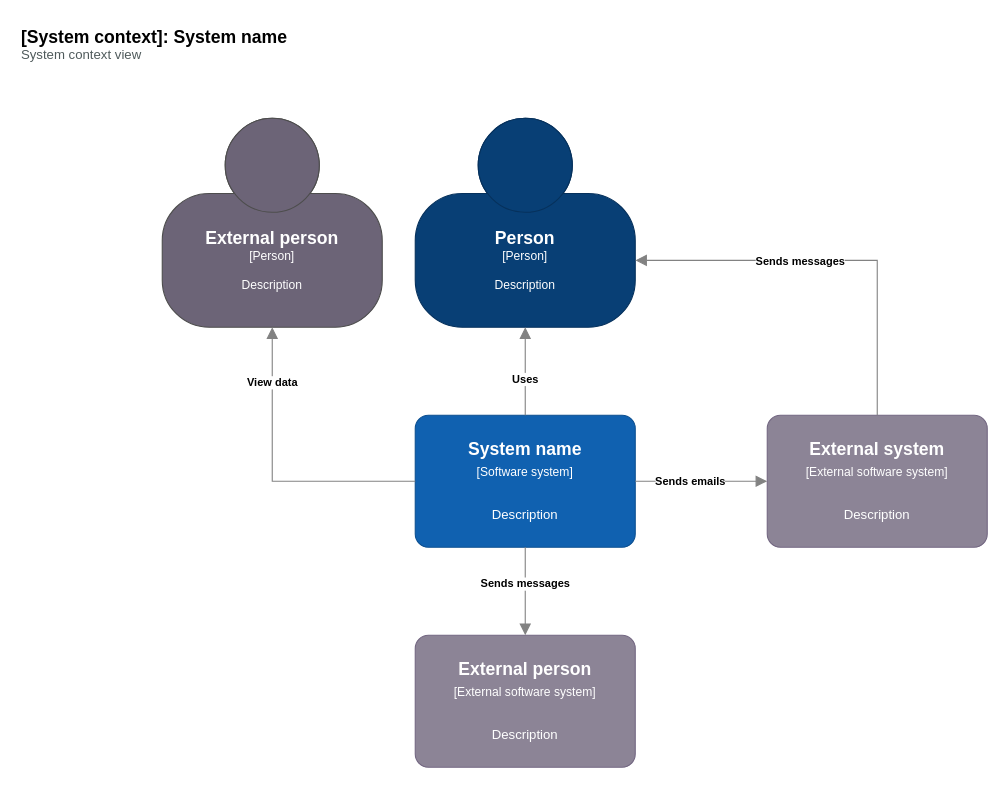
This is page "context" (1 of 6) of c4.drawio from vadagama/c4-model-drawio-template, a draw.io file, before an edit. Source tidied: cells renumbered, new cells numbered last; positions are measured from the earlier drawing's top-left corner, leaving out a move shared by most shapes. Both pictures are drawn from the tidied source at 110%, with x=0, y=0 at pixel (19, 19).
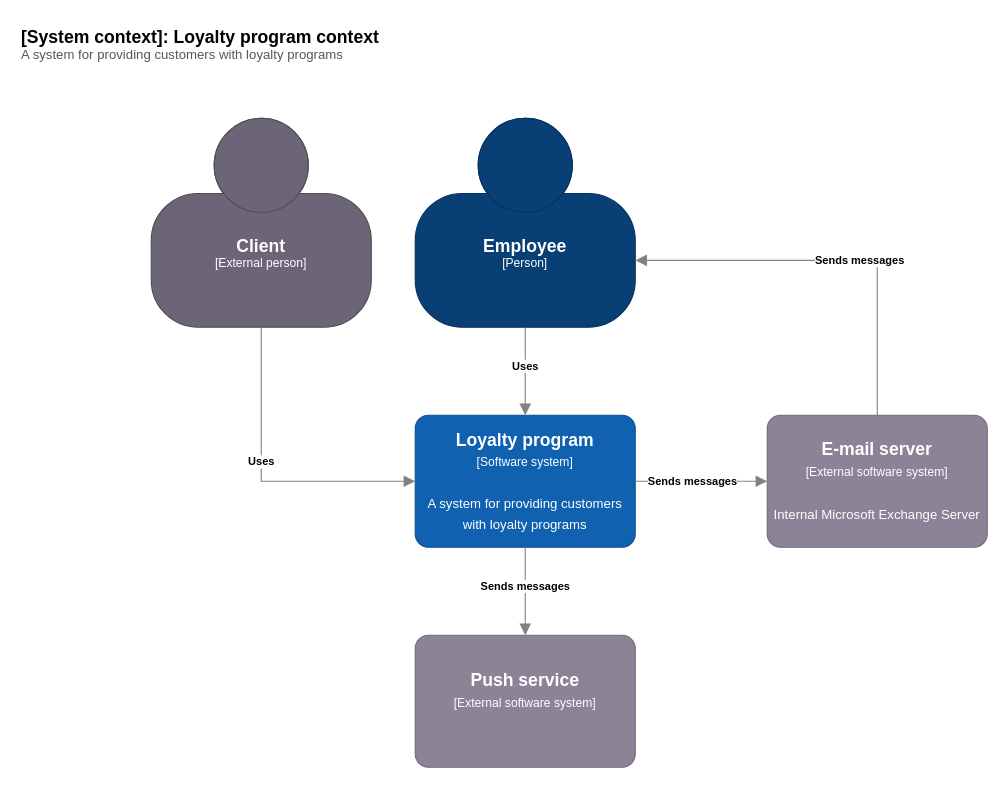
The same page after the edit.

Commit message (it also covers changes not shown here):
some interesting changes - data driven diagrams and new example

Diff of the diagram source:
```diff
@@
-    <object id="2" label="&lt;font style=&quot;font-size: 16px&quot;&gt;&lt;b&gt;%Name%&lt;/b&gt;&lt;/font&gt;&lt;div&gt;[Person]&lt;/div&gt;&lt;br&gt;&lt;div&gt;&lt;font style=&quot;font-size: 11px&quot;&gt;%Description%&lt;/font&gt;&lt;/div&gt;" Description="Description" Name="Person" placeholders="1">
-      <mxCell style="html=1;fontSize=11;dashed=0;whiteSpace=wrap;fillColor=#083F75;strokeColor=#06315C;fontColor=#ffffff;shape=mxgraph.c4.person2;align=center;points=[[0,0.55,0,0,0],[0,0.68,0,0,0],[0,0.81,0,0,0],[0.25,1,0,0,0],[0.5,0,0,0,0],[0.5,1,0,0,0],[0.75,1,0,0,0],[1,0.53,0,0,0],[1,0.68,0,0,0],[1,0.81,0,0,0]];fillStyle=auto;strokeWidth=1;" parent="1" vertex="1">
-        <mxGeometry x="360" y="90" width="200" height="190" as="geometry" />
-      </mxCell>
-    </object>
-    <object id="3" label="&lt;font size=&quot;1&quot; style=&quot;&quot;&gt;&lt;b style=&quot;font-size: 16px;&quot;&gt;%Name%&lt;/b&gt;&lt;/font&gt;&lt;div&gt;&lt;font style=&quot;font-size: 11px;&quot;&gt;[Software system]&lt;/font&gt;&lt;/div&gt;&lt;br&gt;&lt;div&gt;&lt;font style=&quot;font-size: 12px;&quot;&gt;%Description%&lt;/font&gt;&lt;/div&gt;" Description="Description" Name="System name" placeholders="1">
+    <object id="3" label="&lt;font size=&quot;1&quot; style=&quot;&quot;&gt;&lt;b style=&quot;font-size: 16px;&quot;&gt;%Name%&lt;/b&gt;&lt;/font&gt;&lt;div&gt;&lt;font style=&quot;font-size: 11px;&quot;&gt;[Software system]&lt;/font&gt;&lt;/div&gt;&lt;br&gt;&lt;div&gt;&lt;font style=&quot;font-size: 12px;&quot;&gt;%Description%&lt;/font&gt;&lt;/div&gt;" Description="A system for providing customers with loyalty programs" Name="Loyalty program" placeholders="1">
       <mxCell style="rounded=1;whiteSpace=wrap;html=1;labelBackgroundColor=none;fillColor=#1061B0;fontColor=#ffffff;align=center;arcSize=10;strokeColor=#0D5091;points=[[0.25,0,0],[0.5,0,0],[0.75,0,0],[1,0.25,0],[1,0.5,0],[1,0.75,0],[0.75,1,0],[0.5,1,0],[0.25,1,0],[0,0.75,0],[0,0.5,0],[0,0.25,0]];fontSize=16;backgroundOutline=0;movableLabel=0;perimeter=rectanglePerimeter;snapToPoint=0;enumerate=0;" parent="1" vertex="1">
         <mxGeometry x="360" y="360" width="200" height="120" as="geometry" />
       </mxCell>
     </object>
-    <object id="4" label="&lt;font style=&quot;font-size: 16px&quot;&gt;&lt;b&gt;&lt;div style=&quot;text-align: left&quot;&gt;[System context]: %Name%&lt;/div&gt;&lt;/b&gt;&lt;/font&gt;&lt;div style=&quot;text-align: left&quot;&gt;&lt;font color=&quot;#4f5a5b&quot;&gt;%Description%&lt;/font&gt;&lt;/div&gt;" Description="System context view" Name="System name" placeholders="1">
+    <object id="4" label="&lt;font style=&quot;font-size: 16px&quot;&gt;&lt;b&gt;&lt;div style=&quot;text-align: left&quot;&gt;[System context]: %Name%&lt;/div&gt;&lt;/b&gt;&lt;/font&gt;&lt;div style=&quot;text-align: left&quot;&gt;&lt;font color=&quot;#4f5a5b&quot;&gt;%Description%&lt;/font&gt;&lt;/div&gt;" Description="A system for providing customers with loyalty programs" Name="Loyalty program context" placeholders="1">
       <mxCell style="text;html=1;strokeColor=none;fillColor=none;align=left;verticalAlign=top;whiteSpace=wrap;rounded=0;" parent="1" vertex="1">
         <mxGeometry width="470" height="40" as="geometry" />
       </mxCell>
     </object>
+    <object id="13" label="&lt;font style=&quot;font-size: 16px&quot;&gt;&lt;b&gt;%Name%&lt;/b&gt;&lt;/font&gt;&lt;div&gt;[%Type%]&lt;/div&gt;&lt;br&gt;&lt;div&gt;&lt;font style=&quot;font-size: 11px&quot;&gt;%Description%&lt;/font&gt;&lt;/div&gt;" Description="" Name="Employee" Type="Person" placeholders="1">
+      <mxCell style="html=1;fontSize=11;dashed=0;whiteSpace=wrap;fillColor=#083F75;strokeColor=#06315C;fontColor=#ffffff;shape=mxgraph.c4.person2;align=center;points=[[0,0.55,0,0,0],[0,0.68,0,0,0],[0,0.81,0,0,0],[0.25,1,0,0,0],[0.5,0,0,0,0],[0.5,1,0,0,0],[0.75,1,0,0,0],[1,0.53,0,0,0],[1,0.68,0,0,0],[1,0.81,0,0,0]];fillStyle=auto;strokeWidth=1;" parent="1" vertex="1">
+        <mxGeometry x="360" y="90" width="200" height="190" as="geometry" />
+      </mxCell>
+    </object>
+    <object id="14" label="&lt;font style=&quot;font-size: 16px&quot;&gt;&lt;b&gt;%Name%&lt;/b&gt;&lt;/font&gt;&lt;div&gt;[&lt;span style=&quot;background-color: initial;&quot;&gt;%Type%&lt;/span&gt;&lt;span style=&quot;background-color: initial;&quot;&gt;]&lt;/span&gt;&lt;/div&gt;&lt;br&gt;&lt;div&gt;&lt;font style=&quot;font-size: 11px&quot;&gt;%Description%&lt;/font&gt;&lt;/div&gt;" Description="" Name="Client" Type="External person" placeholders="1">
+      <mxCell style="html=1;fontSize=11;dashed=0;whiteSpace=wrap;fillColor=#6C6477;strokeColor=#4D4D4D;fontColor=#ffffff;shape=mxgraph.c4.person2;align=center;points=[[0,0.68,0,-2,0],[0.01,0.52,0,0,0],[0.01,0.84,0,0,0],[0.25,1,0,0,0],[0.5,0,0,0,0],[0.5,1,0,0,0],[0.75,1,0,0,0],[0.98,0.52,0,0,0],[0.98,0.84,0,0,0],[1,0.68,0,0,0]];" parent="1" vertex="1">
+        <mxGeometry x="120" y="90" width="200" height="190" as="geometry" />
+      </mxCell>
+    </object>
+    <object id="15" label="&lt;div style=&quot;text-align: left&quot;&gt;&lt;div style=&quot;text-align: center&quot;&gt;&lt;b&gt;&lt;font color=&quot;#000000&quot;&gt;%Description%&lt;/font&gt;&lt;/b&gt;&lt;/div&gt;&lt;/div&gt;" Description="Sends messages" placeholders="1">
+      <mxCell style="endArrow=block;html=1;fontSize=10;fontColor=#404040;strokeWidth=1;endFill=1;strokeColor=#828282;elbow=vertical;endSize=8;startSize=8;jumpStyle=line;jumpSize=16;rounded=0;edgeStyle=orthogonalEdgeStyle;fontStyle=0;comic=0;entryX=1;entryY=0.68;entryDx=0;entryDy=0;entryPerimeter=0;exitX=0.5;exitY=0;exitDx=0;exitDy=0;exitPerimeter=0;" parent="1" edge="1" source="6" target="13">
+        <mxGeometry x="-0.13" relative="1" as="geometry" />
+      </mxCell>
+    </object>
+    <object id="16" label="&lt;div style=&quot;text-align: left&quot;&gt;&lt;div style=&quot;text-align: center&quot;&gt;&lt;b&gt;&lt;font color=&quot;#000000&quot;&gt;%Description%&lt;/font&gt;&lt;/b&gt;&lt;/div&gt;&lt;/div&gt;" Description="Uses" placeholders="1">
+      <mxCell style="endArrow=block;html=1;fontSize=10;fontColor=#404040;strokeWidth=1;endFill=1;strokeColor=#828282;elbow=vertical;endSize=8;startSize=8;jumpStyle=line;jumpSize=16;rounded=0;edgeStyle=orthogonalEdgeStyle;fontStyle=0;comic=0;exitX=0.5;exitY=1;exitDx=0;exitDy=0;exitPerimeter=0;entryX=0.5;entryY=0;entryDx=0;entryDy=0;entryPerimeter=0;" parent="1" edge="1" source="13" target="3">
+        <mxGeometry x="-0.13" relative="1" as="geometry" />
+      </mxCell>
+    </object>
+    <object id="17" label="&lt;div style=&quot;text-align: left&quot;&gt;&lt;div style=&quot;text-align: center&quot;&gt;&lt;b&gt;&lt;font color=&quot;#000000&quot;&gt;%Description%&lt;/font&gt;&lt;/b&gt;&lt;/div&gt;&lt;/div&gt;" Description="Uses" placeholders="1">
+      <mxCell style="endArrow=block;html=1;fontSize=10;fontColor=#404040;strokeWidth=1;endFill=1;strokeColor=#828282;elbow=vertical;endSize=8;startSize=8;jumpStyle=line;jumpSize=16;rounded=0;edgeStyle=orthogonalEdgeStyle;fontStyle=0;comic=0;exitX=0.5;exitY=1;exitDx=0;exitDy=0;exitPerimeter=0;entryX=0;entryY=0.5;entryDx=0;entryDy=0;entryPerimeter=0;" parent="1" edge="1" source="14" target="3">
+        <mxGeometry x="-0.13" relative="1" as="geometry" />
+      </mxCell>
+    </object>
+    <object id="9" label="&lt;div style=&quot;text-align: left&quot;&gt;&lt;div style=&quot;text-align: center&quot;&gt;&lt;b&gt;&lt;font color=&quot;#000000&quot;&gt;%Description%&lt;/font&gt;&lt;/b&gt;&lt;/div&gt;&lt;/div&gt;" Description="Sends messages" placeholders="1">
+      <mxCell style="endArrow=block;html=1;fontSize=10;fontColor=#404040;strokeWidth=1;endFill=1;strokeColor=#828282;elbow=vertical;endSize=8;startSize=8;jumpStyle=line;jumpSize=16;rounded=0;edgeStyle=orthogonalEdgeStyle;fontStyle=0;comic=0;exitX=1;exitY=0.5;exitDx=0;exitDy=0;exitPerimeter=0;" parent="1" edge="1" source="3" target="6">
+        <mxGeometry x="-0.13" relative="1" as="geometry" />
+      </mxCell>
+    </object>
-    <object id="5" label="&lt;font size=&quot;1&quot; style=&quot;&quot;&gt;&lt;b style=&quot;font-size: 16px;&quot;&gt;%Name%&lt;/b&gt;&lt;/font&gt;&lt;div&gt;&lt;font style=&quot;font-size: 11px;&quot;&gt;[External software system]&lt;/font&gt;&lt;/div&gt;&lt;br&gt;&lt;div&gt;&lt;font style=&quot;font-size: 12px;&quot;&gt;%Description%&lt;/font&gt;&lt;/div&gt;" Description="Description" Name="External person" placeholders="1">
+    <object id="5" label="&lt;font size=&quot;1&quot; style=&quot;&quot;&gt;&lt;b style=&quot;font-size: 16px;&quot;&gt;%Name%&lt;/b&gt;&lt;/font&gt;&lt;div&gt;&lt;font style=&quot;font-size: 11px;&quot;&gt;[External software system]&lt;/font&gt;&lt;/div&gt;&lt;br&gt;&lt;div&gt;&lt;font style=&quot;font-size: 12px;&quot;&gt;%Description%&lt;/font&gt;&lt;/div&gt;" Description="" Name="Push service" placeholders="1">
       <mxCell style="rounded=1;whiteSpace=wrap;html=1;labelBackgroundColor=none;fillColor=#8C8496;fontColor=#ffffff;align=center;arcSize=10;strokeColor=#736782;points=[[0.25,0,0],[0.5,0,0],[0.75,0,0],[1,0.25,0],[1,0.5,0],[1,0.75,0],[0.75,1,0],[0.5,1,0],[0.25,1,0],[0,0.75,0],[0,0.5,0],[0,0.25,0]];fontSize=16;backgroundOutline=0;movableLabel=0;perimeter=rectanglePerimeter;snapToPoint=0;enumerate=0;" parent="1" vertex="1">
         <mxGeometry x="360" y="560" width="200" height="120" as="geometry" />
       </mxCell>
     </object>
+    <object id="10" label="&lt;div style=&quot;text-align: left&quot;&gt;&lt;div style=&quot;text-align: center&quot;&gt;&lt;b&gt;&lt;font color=&quot;#000000&quot;&gt;%Description%&lt;/font&gt;&lt;/b&gt;&lt;/div&gt;&lt;/div&gt;" Description="Sends messages" placeholders="1">
+      <mxCell style="endArrow=block;html=1;fontSize=10;fontColor=#404040;strokeWidth=1;endFill=1;strokeColor=#828282;elbow=vertical;endSize=8;startSize=8;jumpStyle=line;jumpSize=16;rounded=0;edgeStyle=orthogonalEdgeStyle;fontStyle=0;comic=0;exitX=0.5;exitY=1;exitDx=0;exitDy=0;exitPerimeter=0;" parent="1" edge="1" source="3" target="5">
+        <mxGeometry x="-0.13" relative="1" as="geometry" />
+      </mxCell>
+    </object>
-    <object id="6" label="&lt;font size=&quot;1&quot; style=&quot;&quot;&gt;&lt;b style=&quot;font-size: 16px;&quot;&gt;%Name%&lt;/b&gt;&lt;/font&gt;&lt;div&gt;&lt;font style=&quot;font-size: 11px;&quot;&gt;[External software system]&lt;/font&gt;&lt;/div&gt;&lt;br&gt;&lt;div&gt;&lt;font style=&quot;font-size: 12px;&quot;&gt;%Description%&lt;/font&gt;&lt;/div&gt;" Description="Description" Name="External system" placeholders="1">
+    <object id="6" label="&lt;font size=&quot;1&quot; style=&quot;&quot;&gt;&lt;b style=&quot;font-size: 16px;&quot;&gt;%Name%&lt;/b&gt;&lt;/font&gt;&lt;div&gt;&lt;font style=&quot;font-size: 11px;&quot;&gt;[External software system]&lt;/font&gt;&lt;/div&gt;&lt;br&gt;&lt;div&gt;&lt;font style=&quot;font-size: 12px;&quot;&gt;%Description%&lt;/font&gt;&lt;/div&gt;" Description="Internal Microsoft Exchange Server" Name="E-mail server" placeholders="1">
       <mxCell style="rounded=1;whiteSpace=wrap;html=1;labelBackgroundColor=none;fillColor=#8C8496;fontColor=#ffffff;align=center;arcSize=10;strokeColor=#736782;points=[[0.25,0,0],[0.5,0,0],[0.75,0,0],[1,0.25,0],[1,0.5,0],[1,0.75,0],[0.75,1,0],[0.5,1,0],[0.25,1,0],[0,0.75,0],[0,0.5,0],[0,0.25,0]];fontSize=16;backgroundOutline=0;movableLabel=0;perimeter=rectanglePerimeter;snapToPoint=0;enumerate=0;" parent="1" vertex="1">
         <mxGeometry x="680" y="360" width="200" height="120" as="geometry" />
       </mxCell>
     </object>
-    <object id="7" label="&lt;font style=&quot;font-size: 16px&quot;&gt;&lt;b&gt;%Name%&lt;/b&gt;&lt;/font&gt;&lt;div&gt;[Person]&lt;/div&gt;&lt;br&gt;&lt;div&gt;&lt;font style=&quot;font-size: 11px&quot;&gt;%Description%&lt;/font&gt;&lt;/div&gt;" Description="Description" Name="External person" placeholders="1">
-      <mxCell style="html=1;fontSize=11;dashed=0;whiteSpace=wrap;fillColor=#6C6477;strokeColor=#4D4D4D;fontColor=#ffffff;shape=mxgraph.c4.person2;align=center;points=[[0,0.55,0,0,0],[0,0.68,0,0,0],[0,0.81,0,0,0],[0.25,1,0,0,0],[0.5,0,0,0,0],[0.5,1,0,0,0],[0.75,1,0,0,0],[1,0.53,0,0,0],[1,0.68,0,0,0],[1,0.81,0,0,0]];fillStyle=auto;strokeWidth=1;" parent="1" vertex="1">
-        <mxGeometry x="130" y="90" width="200" height="190" as="geometry" />
-      </mxCell>
-    </object>
-    <object id="8" label="&lt;div style=&quot;text-align: left&quot;&gt;&lt;div style=&quot;text-align: center&quot;&gt;&lt;b&gt;&lt;font color=&quot;#000000&quot;&gt;%Description%&lt;/font&gt;&lt;/b&gt;&lt;/div&gt;&lt;/div&gt;" Description="Sends messages" placeholders="1">
-      <mxCell style="endArrow=block;html=1;fontSize=10;fontColor=#404040;strokeWidth=1;endFill=1;strokeColor=#828282;elbow=vertical;endSize=8;startSize=8;jumpStyle=arc;jumpSize=16;rounded=0;edgeStyle=orthogonalEdgeStyle;fontStyle=0;comic=0;exitX=0.5;exitY=0;exitDx=0;exitDy=0;exitPerimeter=0;entryX=1;entryY=0.68;entryDx=0;entryDy=0;entryPerimeter=0;" parent="1" edge="1" source="6" target="2">
-        <mxGeometry x="0.17" y="1" relative="1" as="geometry" />
-      </mxCell>
-    </object>
-    <object id="9" label="&lt;div style=&quot;text-align: left&quot;&gt;&lt;div style=&quot;text-align: center&quot;&gt;&lt;b&gt;&lt;font color=&quot;#000000&quot;&gt;%Description%&lt;/font&gt;&lt;/b&gt;&lt;/div&gt;&lt;/div&gt;" Description="Sends emails" placeholders="1">
-      <mxCell style="endArrow=block;html=1;fontSize=10;fontColor=#404040;strokeWidth=1;endFill=1;strokeColor=#828282;elbow=vertical;endSize=8;startSize=8;jumpStyle=arc;jumpSize=16;rounded=0;edgeStyle=orthogonalEdgeStyle;fontStyle=0;comic=0;exitX=1;exitY=0.5;exitDx=0;exitDy=0;exitPerimeter=0;entryX=0;entryY=0.5;entryDx=0;entryDy=0;entryPerimeter=0;" parent="1" edge="1" source="3" target="6">
-        <mxGeometry x="-0.17" relative="1" as="geometry" />
-      </mxCell>
-    </object>
-    <object id="10" label="&lt;div style=&quot;text-align: left&quot;&gt;&lt;div style=&quot;text-align: center&quot;&gt;&lt;b&gt;&lt;font color=&quot;#000000&quot;&gt;%Description%&lt;/font&gt;&lt;/b&gt;&lt;/div&gt;&lt;/div&gt;" Description="Sends messages" placeholders="1">
-      <mxCell style="endArrow=block;html=1;fontSize=10;fontColor=#404040;strokeWidth=1;endFill=1;strokeColor=#828282;elbow=vertical;endSize=8;startSize=8;jumpStyle=arc;jumpSize=16;rounded=0;edgeStyle=orthogonalEdgeStyle;fontStyle=0;comic=0;exitX=0.5;exitY=1;exitDx=0;exitDy=0;exitPerimeter=0;entryX=0.5;entryY=0;entryDx=0;entryDy=0;entryPerimeter=0;" parent="1" edge="1" source="3" target="5">
-        <mxGeometry x="-0.17" relative="1" as="geometry" />
-      </mxCell>
-    </object>
-    <object id="11" label="&lt;div style=&quot;text-align: left&quot;&gt;&lt;div style=&quot;text-align: center&quot;&gt;&lt;b&gt;&lt;font color=&quot;#000000&quot;&gt;%Description%&lt;/font&gt;&lt;/b&gt;&lt;/div&gt;&lt;/div&gt;" Description="Uses" placeholders="1">
-      <mxCell style="endArrow=block;html=1;fontSize=10;fontColor=#404040;strokeWidth=1;endFill=1;strokeColor=#828282;elbow=vertical;endSize=8;startSize=8;jumpStyle=arc;jumpSize=16;rounded=0;edgeStyle=orthogonalEdgeStyle;fontStyle=0;comic=0;exitX=0.5;exitY=0;exitDx=0;exitDy=0;exitPerimeter=0;entryX=0.5;entryY=1;entryDx=0;entryDy=0;entryPerimeter=0;" parent="1" edge="1" source="3" target="2">
-        <mxGeometry x="-0.17" relative="1" as="geometry" />
-      </mxCell>
-    </object>
-    <object id="12" label="&lt;div style=&quot;text-align: left&quot;&gt;&lt;div style=&quot;text-align: center&quot;&gt;&lt;b&gt;&lt;font color=&quot;#000000&quot;&gt;%Description%&lt;/font&gt;&lt;/b&gt;&lt;/div&gt;&lt;/div&gt;" Description="View data" placeholders="1">
-      <mxCell style="endArrow=block;html=1;fontSize=10;fontColor=#404040;strokeWidth=1;endFill=1;strokeColor=#828282;elbow=vertical;endSize=8;startSize=8;jumpStyle=arc;jumpSize=16;rounded=0;edgeStyle=orthogonalEdgeStyle;fontStyle=0;comic=0;exitX=0;exitY=0.5;exitDx=0;exitDy=0;exitPerimeter=0;entryX=0.5;entryY=1;entryDx=0;entryDy=0;entryPerimeter=0;" parent="1" edge="1" source="3" target="7">
-        <mxGeometry x="0.63" relative="1" as="geometry" />
-      </mxCell>
-    </object>
```
